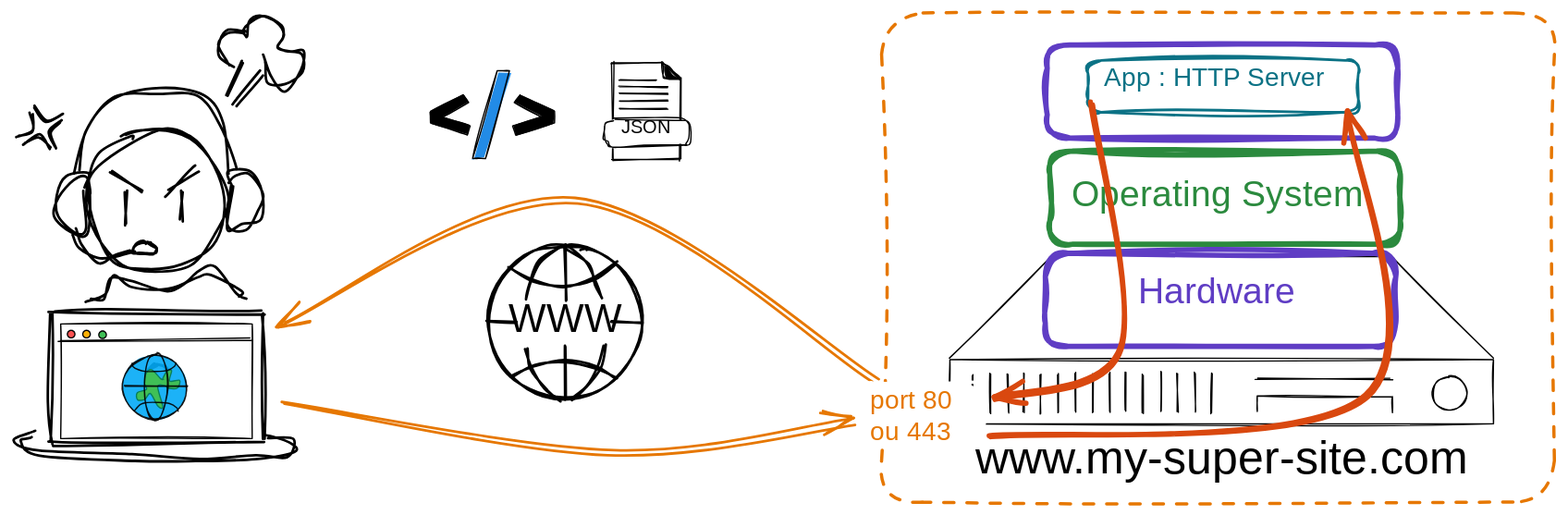
Before: notebooks/media/server-app.excalidraw.svg, a diagram exported from Excalidraw (ue22-p25/backend). Source tidied: one line per element, renumbered; positions are measured from the earlier drawing's top-left corner, leaving out a move shared by most shapes.
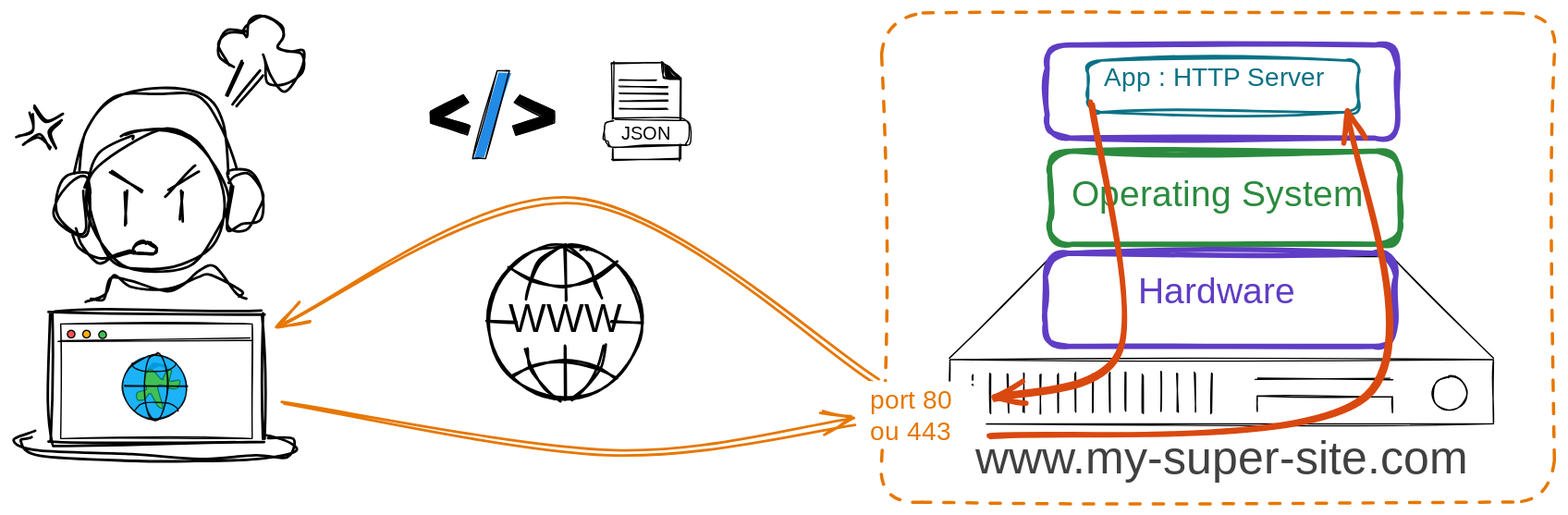
Later version of the same file.

What changed in the source:
```diff
@@ -27,7 +27,7 @@
 {"id": 26, "type": "rectangle", "strokeColor": "#5f3dc4", "strokeWidth": 4, "roughness": 2, "round": true, "x": 798, "y": 25, "width": 271, "height": 72}
 {"id": 27, "type": "rectangle", "strokeColor": "#0b7285", "strokeWidth": 2, "roughness": 2, "round": true, "x": 829, "y": 37, "width": 209, "height": 40}
 {"id": 28, "type": "text", "text": "App : HTTP Server", "strokeColor": "#0b7285", "strokeWidth": 2, "roughness": 2, "fontSize": 20, "fontFamily": 1, "x": 841, "y": 39, "width": 186, "height": 24}
-{"id": 29, "type": "text", "text": "www.my-super-site.com", "strokeColor": "#000000", "strokeWidth": 2, "roughness": 2, "fontSize": 36, "fontFamily": 1, "x": 742, "y": 325, "width": 376, "height": 43}
+{"id": 29, "type": "text", "text": "www.my-super-site.com", "strokeColor": "#404040", "strokeWidth": 2, "roughness": 2, "fontSize": 36, "fontFamily": 1, "x": 742, "y": 325, "width": 376, "height": 43}
 {"id": 30, "type": "ellipse", "strokeColor": "#000", "strokeWidth": 2, "roughness": 2, "round": true, "x": 55, "y": 89, "width": 108, "height": 112}
 {"id": 31, "type": "line", "strokeColor": "#000", "strokeWidth": 2, "roughness": 2, "round": true, "x": 55, "y": 138, "width": 25, "height": 44, "points": [[0, 0], [0, -13], [-14, -11], [-25, 5], [-22, 22], [-10, 30], [0, 31], [0, 0]]}
 {"id": 32, "type": "line", "strokeColor": "#000", "strokeWidth": 2, "roughness": 2, "round": true, "x": 167, "y": 136, "width": 24, "height": 44, "points": [[0, 0], [0, -13], [14, -11], [24, 5], [22, 22], [10, 30], [0, 31], [0, 0]]}
@@ -71,7 +71,7 @@
 {"id": 70, "type": "line", "strokeColor": "#000000", "strokeWidth": 1, "roughness": 1, "round": true, "x": 514, "y": 114, "width": 0, "height": 63, "points": [[0, 0], [0, -63]]}
 {"id": 71, "type": "line", "strokeColor": "#000000", "strokeWidth": 1, "roughness": 1, "round": true, "x": 500, "y": 38, "width": 14, "height": 13, "points": [[0, 0], [14, 13]]}
 {"id": 72, "type": "line", "strokeColor": "#000000", "backgroundColor": "#fff", "fillStyle": "solid", "strokeWidth": 1, "roughness": 1, "round": true, "x": 463, "y": 82, "width": 66, "height": 20, "points": [[0, 0], [24, 0], [52, 0], [56, 1], [58, 6], [58, 14], [57, 19], [52, 20], [25, 20], [0, 20], [-5, 19], [-7, 14], [-7, 6], [-5, 1], [0, 0]]}
-{"id": 73, "type": "text", "text": "JSON", "strokeColor": "#000000", "strokeWidth": 1, "roughness": 1, "fontSize": 14.58, "fontFamily": 1, "round": true, "x": 469, "y": 80, "width": 38, "height": 17}
+{"id": 73, "type": "text", "text": "JSON", "strokeColor": "#000000", "strokeWidth": 1, "roughness": 1, "fontSize": 14.58, "fontFamily": 1, "round": true, "x": 469, "y": 85, "width": 38, "height": 17}
 {"id": 74, "type": "line", "strokeColor": "#000000", "backgroundColor": "#ffffff", "fillStyle": "solid", "strokeWidth": 1, "roughness": 1, "round": true, "x": 467, "y": 52, "width": 29, "height": 0, "points": [[0, 0], [29, 0]]}
 {"id": 75, "type": "line", "strokeColor": "#000000", "backgroundColor": "#ffffff", "fillStyle": "solid", "strokeWidth": 1, "roughness": 1, "round": true, "x": 467, "y": 57, "width": 37, "height": 0, "points": [[0, 0], [37, 0]]}
 {"id": 76, "type": "line", "strokeColor": "#000000", "backgroundColor": "#ffffff", "fillStyle": "solid", "strokeWidth": 1, "roughness": 1, "round": true, "x": 467, "y": 62, "width": 37, "height": 0, "points": [[0, 0], [37, 0]]}
```
